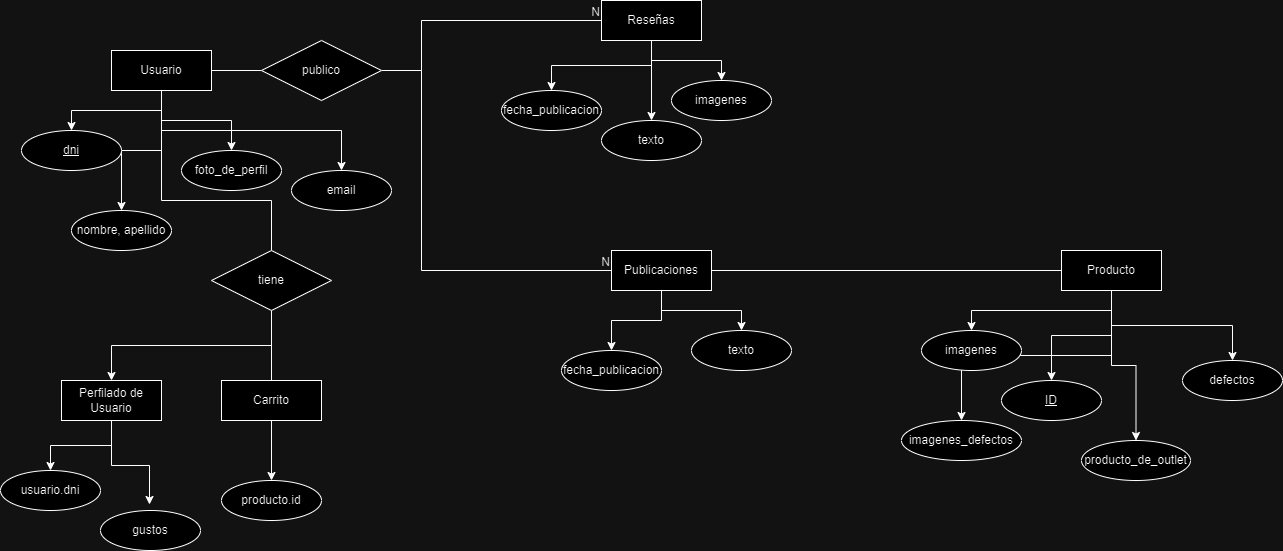
Above: Documentacion BackEnd/DER.drawio.png in ATREUSR/Proyecto-2023 (draw.io), before the change. Source tidied: cells renumbered, new cells last; positions are measured from the earlier drawing's top-left corner, leaving out a move shared by most shapes. Its diagram source:
```xml
<mxGraphModel>
  <root>
    <mxCell id="0" />
    <mxCell id="1" parent="0" />
    <mxCell id="2" style="edgeStyle=orthogonalEdgeStyle;rounded=0;jettySize=auto;html=1;exitX=0.5;exitY=1;exitDx=0;exitDy=0;entryX=0.5;entryY=0;entryDx=0;entryDy=0;" parent="1" edge="1" source="7" target="8">
      <mxGeometry relative="1" as="geometry" />
    </mxCell>
    <mxCell id="3" style="edgeStyle=orthogonalEdgeStyle;rounded=0;jettySize=auto;html=1;exitX=0.5;exitY=1;exitDx=0;exitDy=0;entryX=0.5;entryY=0;entryDx=0;entryDy=0;" parent="1" edge="1" source="7" target="9">
      <mxGeometry relative="1" as="geometry" />
    </mxCell>
    <mxCell id="4" style="edgeStyle=orthogonalEdgeStyle;rounded=0;jettySize=auto;html=1;exitX=0.5;exitY=1;exitDx=0;exitDy=0;entryX=0.5;entryY=0;entryDx=0;entryDy=0;" parent="1" edge="1" source="7" target="10">
      <mxGeometry relative="1" as="geometry" />
    </mxCell>
    <mxCell id="5" style="edgeStyle=orthogonalEdgeStyle;rounded=0;jettySize=auto;html=1;exitX=0.5;exitY=1;exitDx=0;exitDy=0;entryX=0.5;entryY=0;entryDx=0;entryDy=0;endArrow=none;endFill=0;" parent="1" edge="1" source="7" target="45">
      <mxGeometry relative="1" as="geometry">
        <Array as="points">
          <mxPoint x="161" y="200" />
          <mxPoint x="271" y="200" />
        </Array>
      </mxGeometry>
    </mxCell>
    <mxCell id="6" style="edgeStyle=orthogonalEdgeStyle;rounded=0;jettySize=auto;html=1;exitX=0.5;exitY=1;exitDx=0;exitDy=0;entryX=0.5;entryY=0;entryDx=0;entryDy=0;" parent="1" edge="1" source="7" target="52">
      <mxGeometry relative="1" as="geometry" />
    </mxCell>
    <mxCell id="7" value="Usuario" style="whiteSpace=wrap;html=1;align=center;" parent="1" vertex="1">
      <mxGeometry x="111" y="50" width="100" height="40" as="geometry" />
    </mxCell>
    <mxCell id="8" value="dni" style="ellipse;whiteSpace=wrap;html=1;align=center;fontStyle=4;" parent="1" vertex="1">
      <mxGeometry x="21" y="130" width="100" height="40" as="geometry" />
    </mxCell>
    <mxCell id="9" value="nombre, apellido" style="ellipse;whiteSpace=wrap;html=1;align=center;" parent="1" vertex="1">
      <mxGeometry x="71" y="210" width="100" height="40" as="geometry" />
    </mxCell>
    <mxCell id="10" value="foto_de_perfil" style="ellipse;whiteSpace=wrap;html=1;align=center;" parent="1" vertex="1">
      <mxGeometry x="181" y="150" width="100" height="40" as="geometry" />
    </mxCell>
    <mxCell id="11" style="edgeStyle=orthogonalEdgeStyle;rounded=0;jettySize=auto;html=1;exitX=1;exitY=0.5;exitDx=0;exitDy=0;entryX=0;entryY=0.5;entryDx=0;entryDy=0;endArrow=none;endFill=0;" parent="1" edge="1" target="25">
      <mxGeometry relative="1" as="geometry">
        <mxPoint x="391" y="70" as="sourcePoint" />
        <Array as="points">
          <mxPoint x="421" y="70" />
          <mxPoint x="421" y="270" />
        </Array>
      </mxGeometry>
    </mxCell>
    <mxCell id="12" style="endArrow=none;html=1;rounded=0;exitX=1;exitY=0.5;exitDx=0;exitDy=0;entryX=0;entryY=0.5;entryDx=0;entryDy=0;" parent="1" edge="1" source="7" target="40">
      <mxGeometry relative="1" as="geometry" />
    </mxCell>
    <mxCell id="13" style="endArrow=none;html=1;rounded=0;exitX=1;exitY=0.5;exitDx=0;exitDy=0;entryX=0;entryY=0.5;entryDx=0;entryDy=0;" parent="1" edge="1" source="40" target="18">
      <mxGeometry relative="1" as="geometry">
        <Array as="points">
          <mxPoint x="421" y="70" />
          <mxPoint x="421" y="20" />
        </Array>
      </mxGeometry>
    </mxCell>
    <mxCell id="14" value="N" style="html=1;whiteSpace=wrap;align=right;verticalAlign=bottom;" parent="13" vertex="1">
      <mxGeometry x="1" relative="1" as="geometry" />
    </mxCell>
    <mxCell id="15" style="edgeStyle=orthogonalEdgeStyle;rounded=0;jettySize=auto;html=1;exitX=0.5;exitY=1;exitDx=0;exitDy=0;entryX=0.5;entryY=0;entryDx=0;entryDy=0;" parent="1" edge="1" source="18" target="19">
      <mxGeometry relative="1" as="geometry" />
    </mxCell>
    <mxCell id="16" style="edgeStyle=orthogonalEdgeStyle;rounded=0;jettySize=auto;html=1;exitX=0.5;exitY=1;exitDx=0;exitDy=0;entryX=0.5;entryY=0;entryDx=0;entryDy=0;" parent="1" edge="1" source="18" target="20">
      <mxGeometry relative="1" as="geometry" />
    </mxCell>
    <mxCell id="17" style="edgeStyle=orthogonalEdgeStyle;rounded=0;jettySize=auto;html=1;exitX=0.5;exitY=1;exitDx=0;exitDy=0;entryX=0.5;entryY=0;entryDx=0;entryDy=0;" parent="1" edge="1" source="18" target="21">
      <mxGeometry relative="1" as="geometry" />
    </mxCell>
    <mxCell id="18" value="Reseñas" style="whiteSpace=wrap;html=1;align=center;" parent="1" vertex="1">
      <mxGeometry x="601" width="100" height="40" as="geometry" />
    </mxCell>
    <mxCell id="19" value="fecha_publicacion" style="ellipse;whiteSpace=wrap;html=1;align=center;" parent="1" vertex="1">
      <mxGeometry x="501" y="90" width="100" height="40" as="geometry" />
    </mxCell>
    <mxCell id="20" value="texto" style="ellipse;whiteSpace=wrap;html=1;align=center;" parent="1" vertex="1">
      <mxGeometry x="601" y="120" width="100" height="40" as="geometry" />
    </mxCell>
    <mxCell id="21" value="imagenes" style="ellipse;whiteSpace=wrap;html=1;align=center;" parent="1" vertex="1">
      <mxGeometry x="671" y="80" width="100" height="40" as="geometry" />
    </mxCell>
    <mxCell id="22" value="N" style="html=1;whiteSpace=wrap;align=right;verticalAlign=bottom;" parent="1" vertex="1">
      <mxGeometry x="611" y="270" as="geometry" />
    </mxCell>
    <mxCell id="23" style="edgeStyle=orthogonalEdgeStyle;rounded=0;jettySize=auto;html=1;exitX=0.5;exitY=1;exitDx=0;exitDy=0;entryX=0.5;entryY=0;entryDx=0;entryDy=0;" parent="1" edge="1" source="25" target="26">
      <mxGeometry relative="1" as="geometry" />
    </mxCell>
    <mxCell id="24" style="edgeStyle=orthogonalEdgeStyle;rounded=0;jettySize=auto;html=1;exitX=0.5;exitY=1;exitDx=0;exitDy=0;entryX=0.5;entryY=0;entryDx=0;entryDy=0;" parent="1" edge="1" source="25" target="27">
      <mxGeometry relative="1" as="geometry" />
    </mxCell>
    <mxCell id="25" value="Publicaciones" style="whiteSpace=wrap;html=1;align=center;" parent="1" vertex="1">
      <mxGeometry x="611" y="250" width="100" height="40" as="geometry" />
    </mxCell>
    <mxCell id="26" value="fecha_publicacion" style="ellipse;whiteSpace=wrap;html=1;align=center;" parent="1" vertex="1">
      <mxGeometry x="561" y="350" width="100" height="40" as="geometry" />
    </mxCell>
    <mxCell id="27" value="texto" style="ellipse;whiteSpace=wrap;html=1;align=center;" parent="1" vertex="1">
      <mxGeometry x="691" y="330" width="100" height="40" as="geometry" />
    </mxCell>
    <mxCell id="28" style="edgeStyle=orthogonalEdgeStyle;rounded=0;jettySize=auto;html=1;exitX=0.5;exitY=1;exitDx=0;exitDy=0;entryX=0.5;entryY=0;entryDx=0;entryDy=0;endArrow=classic;endFill=1;" parent="1" edge="1" source="33" target="34">
      <mxGeometry relative="1" as="geometry" />
    </mxCell>
    <mxCell id="29" style="edgeStyle=orthogonalEdgeStyle;rounded=0;jettySize=auto;html=1;exitX=0.5;exitY=1;exitDx=0;exitDy=0;entryX=0.5;entryY=0;entryDx=0;entryDy=0;" parent="1" edge="1" source="33" target="36">
      <mxGeometry relative="1" as="geometry" />
    </mxCell>
    <mxCell id="30" style="edgeStyle=orthogonalEdgeStyle;rounded=0;jettySize=auto;html=1;exitX=0.5;exitY=1;exitDx=0;exitDy=0;" parent="1" edge="1" source="33" target="37">
      <mxGeometry relative="1" as="geometry" />
    </mxCell>
    <mxCell id="31" style="edgeStyle=orthogonalEdgeStyle;rounded=0;jettySize=auto;html=1;exitX=0.5;exitY=1;exitDx=0;exitDy=0;entryX=0.5;entryY=0;entryDx=0;entryDy=0;" parent="1" edge="1" source="33" target="38">
      <mxGeometry relative="1" as="geometry" />
    </mxCell>
    <mxCell id="32" style="edgeStyle=orthogonalEdgeStyle;rounded=0;jettySize=auto;html=1;exitX=0.5;exitY=1;exitDx=0;exitDy=0;entryX=0.5;entryY=0;entryDx=0;entryDy=0;" parent="1" edge="1" source="33" target="39">
      <mxGeometry relative="1" as="geometry" />
    </mxCell>
    <mxCell id="33" value="Producto" style="whiteSpace=wrap;html=1;align=center;" parent="1" vertex="1">
      <mxGeometry x="1061" y="250" width="100" height="40" as="geometry" />
    </mxCell>
    <mxCell id="34" value="&lt;u&gt;ID&lt;/u&gt;" style="ellipse;whiteSpace=wrap;html=1;align=center;" parent="1" vertex="1">
      <mxGeometry x="1001" y="380" width="100" height="40" as="geometry" />
    </mxCell>
    <mxCell id="35" style="endArrow=none;html=1;rounded=0;exitX=1;exitY=0.5;exitDx=0;exitDy=0;entryX=0;entryY=0.5;entryDx=0;entryDy=0;" parent="1" edge="1" source="25" target="33">
      <mxGeometry relative="1" as="geometry" />
    </mxCell>
    <mxCell id="36" value="imagenes" style="ellipse;whiteSpace=wrap;html=1;align=center;" parent="1" vertex="1">
      <mxGeometry x="921" y="330" width="100" height="40" as="geometry" />
    </mxCell>
    <mxCell id="37" value="producto_de_outlet" style="ellipse;whiteSpace=wrap;html=1;align=center;" parent="1" vertex="1">
      <mxGeometry x="1081" y="440" width="109" height="40" as="geometry" />
    </mxCell>
    <mxCell id="38" value="defectos" style="ellipse;whiteSpace=wrap;html=1;align=center;" parent="1" vertex="1">
      <mxGeometry x="1182" y="360" width="100" height="40" as="geometry" />
    </mxCell>
    <mxCell id="39" value="imagenes_defectos" style="ellipse;whiteSpace=wrap;html=1;align=center;" parent="1" vertex="1">
      <mxGeometry x="901" y="420" width="120" height="40" as="geometry" />
    </mxCell>
    <mxCell id="40" value="publico" style="shape=rhombus;perimeter=rhombusPerimeter;whiteSpace=wrap;html=1;align=center;" parent="1" vertex="1">
      <mxGeometry x="261" y="40" width="120" height="60" as="geometry" />
    </mxCell>
    <mxCell id="41" style="edgeStyle=orthogonalEdgeStyle;rounded=0;jettySize=auto;html=1;exitX=0.5;exitY=1;exitDx=0;exitDy=0;entryX=0.5;entryY=0;entryDx=0;entryDy=0;" parent="1" edge="1" source="42" target="46">
      <mxGeometry relative="1" as="geometry" />
    </mxCell>
    <mxCell id="42" value="Carrito" style="whiteSpace=wrap;html=1;align=center;" parent="1" vertex="1">
      <mxGeometry x="221" y="380" width="100" height="40" as="geometry" />
    </mxCell>
    <mxCell id="43" style="edgeStyle=orthogonalEdgeStyle;rounded=0;jettySize=auto;html=1;exitX=0.5;exitY=1;exitDx=0;exitDy=0;entryX=0.5;entryY=0;entryDx=0;entryDy=0;endArrow=none;endFill=0;" parent="1" edge="1" source="45" target="42">
      <mxGeometry relative="1" as="geometry" />
    </mxCell>
    <mxCell id="44" style="edgeStyle=orthogonalEdgeStyle;rounded=0;jettySize=auto;html=1;exitX=0.5;exitY=1;exitDx=0;exitDy=0;entryX=0.5;entryY=0;entryDx=0;entryDy=0;" parent="1" edge="1" source="45" target="49">
      <mxGeometry relative="1" as="geometry" />
    </mxCell>
    <mxCell id="45" value="tiene" style="shape=rhombus;perimeter=rhombusPerimeter;whiteSpace=wrap;html=1;align=center;" parent="1" vertex="1">
      <mxGeometry x="211" y="250" width="120" height="60" as="geometry" />
    </mxCell>
    <mxCell id="46" value="producto.id" style="ellipse;whiteSpace=wrap;html=1;align=center;" parent="1" vertex="1">
      <mxGeometry x="221" y="480" width="100" height="40" as="geometry" />
    </mxCell>
    <mxCell id="47" style="edgeStyle=orthogonalEdgeStyle;rounded=0;jettySize=auto;html=1;exitX=0.5;exitY=1;exitDx=0;exitDy=0;entryX=0.5;entryY=0;entryDx=0;entryDy=0;" parent="1" edge="1" source="49" target="50">
      <mxGeometry relative="1" as="geometry" />
    </mxCell>
    <mxCell id="48" style="edgeStyle=orthogonalEdgeStyle;rounded=0;jettySize=auto;html=1;exitX=0.5;exitY=1;exitDx=0;exitDy=0;entryX=0.49;entryY=-0.15;entryDx=0;entryDy=0;entryPerimeter=0;" parent="1" edge="1" source="49" target="51">
      <mxGeometry relative="1" as="geometry" />
    </mxCell>
    <mxCell id="49" value="Perfilado de Usuario" style="whiteSpace=wrap;html=1;align=center;" parent="1" vertex="1">
      <mxGeometry x="61" y="380" width="100" height="40" as="geometry" />
    </mxCell>
    <mxCell id="50" value="usuario.dni" style="ellipse;whiteSpace=wrap;html=1;align=center;" parent="1" vertex="1">
      <mxGeometry y="470" width="100" height="40" as="geometry" />
    </mxCell>
    <mxCell id="51" value="gustos" style="ellipse;whiteSpace=wrap;html=1;align=center;" parent="1" vertex="1">
      <mxGeometry x="100" y="510" width="100" height="40" as="geometry" />
    </mxCell>
    <mxCell id="52" value="email" style="ellipse;whiteSpace=wrap;html=1;align=center;" parent="1" vertex="1">
      <mxGeometry x="291" y="170" width="100" height="40" as="geometry" />
    </mxCell>
  </root>
</mxGraphModel>
```
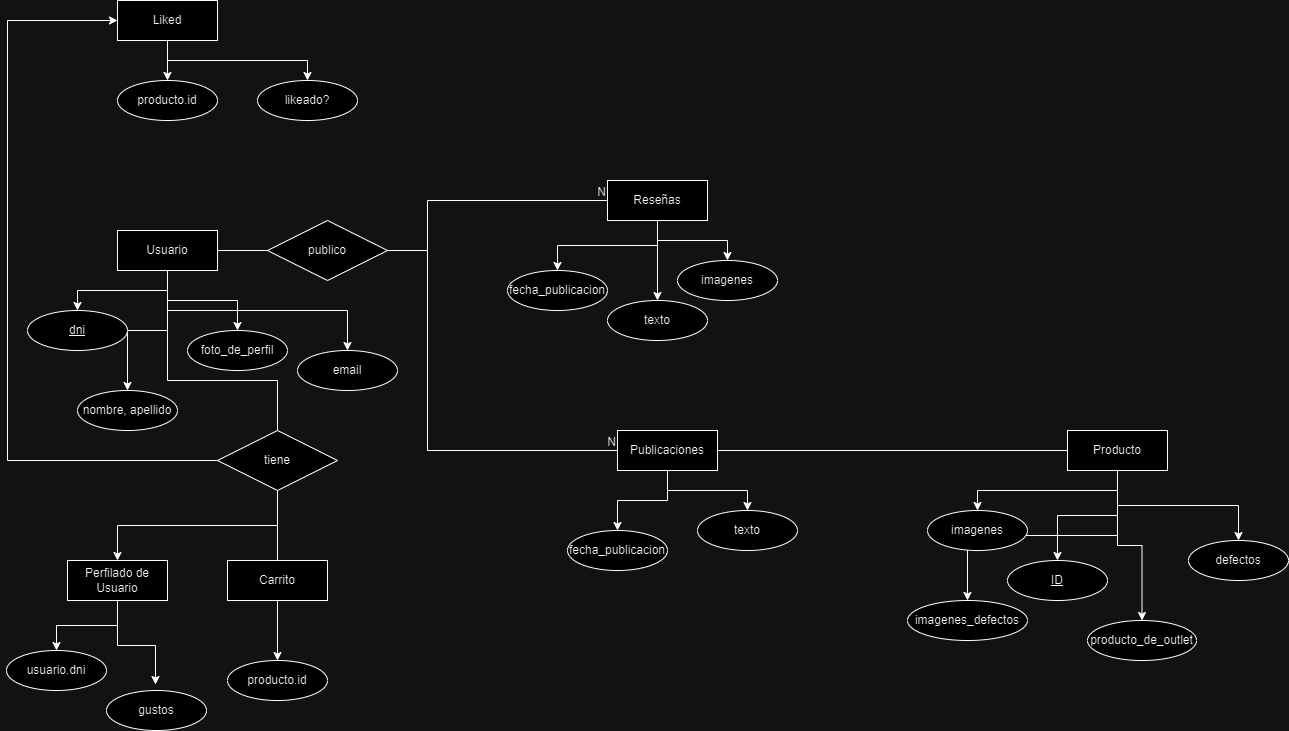
Above is the later version.

Commit message:
feat: Agregue las entidad liked

Diff of the diagram source:
```diff
@@ -147,6 +147,14 @@
     <mxCell id="44" style="edgeStyle=orthogonalEdgeStyle;rounded=0;jettySize=auto;html=1;exitX=0.5;exitY=1;exitDx=0;exitDy=0;entryX=0.5;entryY=0;entryDx=0;entryDy=0;" parent="1" edge="1" source="45" target="49">
       <mxGeometry relative="1" as="geometry" />
     </mxCell>
+    <mxCell id="53" style="edgeStyle=orthogonalEdgeStyle;rounded=0;jettySize=auto;html=1;exitX=0;exitY=0.5;exitDx=0;exitDy=0;entryX=0;entryY=0.5;entryDx=0;entryDy=0;" parent="1" edge="1" source="45" target="56">
+      <mxGeometry relative="1" as="geometry">
+        <Array as="points">
+          <mxPoint x="1" y="280" />
+          <mxPoint x="1" y="-160" />
+        </Array>
+      </mxGeometry>
+    </mxCell>
     <mxCell id="45" value="tiene" style="shape=rhombus;perimeter=rhombusPerimeter;whiteSpace=wrap;html=1;align=center;" parent="1" vertex="1">
       <mxGeometry x="211" y="250" width="120" height="60" as="geometry" />
     </mxCell>
@@ -171,5 +179,20 @@
     <mxCell id="52" value="email" style="ellipse;whiteSpace=wrap;html=1;align=center;" parent="1" vertex="1">
       <mxGeometry x="291" y="170" width="100" height="40" as="geometry" />
     </mxCell>
+    <mxCell id="54" style="edgeStyle=orthogonalEdgeStyle;rounded=0;jettySize=auto;html=1;exitX=0.5;exitY=1;exitDx=0;exitDy=0;entryX=0.5;entryY=0;entryDx=0;entryDy=0;" parent="1" edge="1" source="56" target="57">
+      <mxGeometry relative="1" as="geometry" />
+    </mxCell>
+    <mxCell id="55" style="edgeStyle=orthogonalEdgeStyle;rounded=0;jettySize=auto;html=1;exitX=0.5;exitY=1;exitDx=0;exitDy=0;entryX=0.5;entryY=0;entryDx=0;entryDy=0;" parent="1" edge="1" source="56" target="58">
+      <mxGeometry relative="1" as="geometry" />
+    </mxCell>
+    <mxCell id="56" value="Liked" style="whiteSpace=wrap;html=1;align=center;" parent="1" vertex="1">
+      <mxGeometry x="111" y="-180" width="100" height="40" as="geometry" />
+    </mxCell>
+    <mxCell id="57" value="producto.id" style="ellipse;whiteSpace=wrap;html=1;align=center;" parent="1" vertex="1">
+      <mxGeometry x="111" y="-100" width="100" height="40" as="geometry" />
+    </mxCell>
+    <mxCell id="58" value="likeado?" style="ellipse;whiteSpace=wrap;html=1;align=center;" parent="1" vertex="1">
+      <mxGeometry x="251" y="-100" width="100" height="40" as="geometry" />
+    </mxCell>
   </root>
 </mxGraphModel>
```
